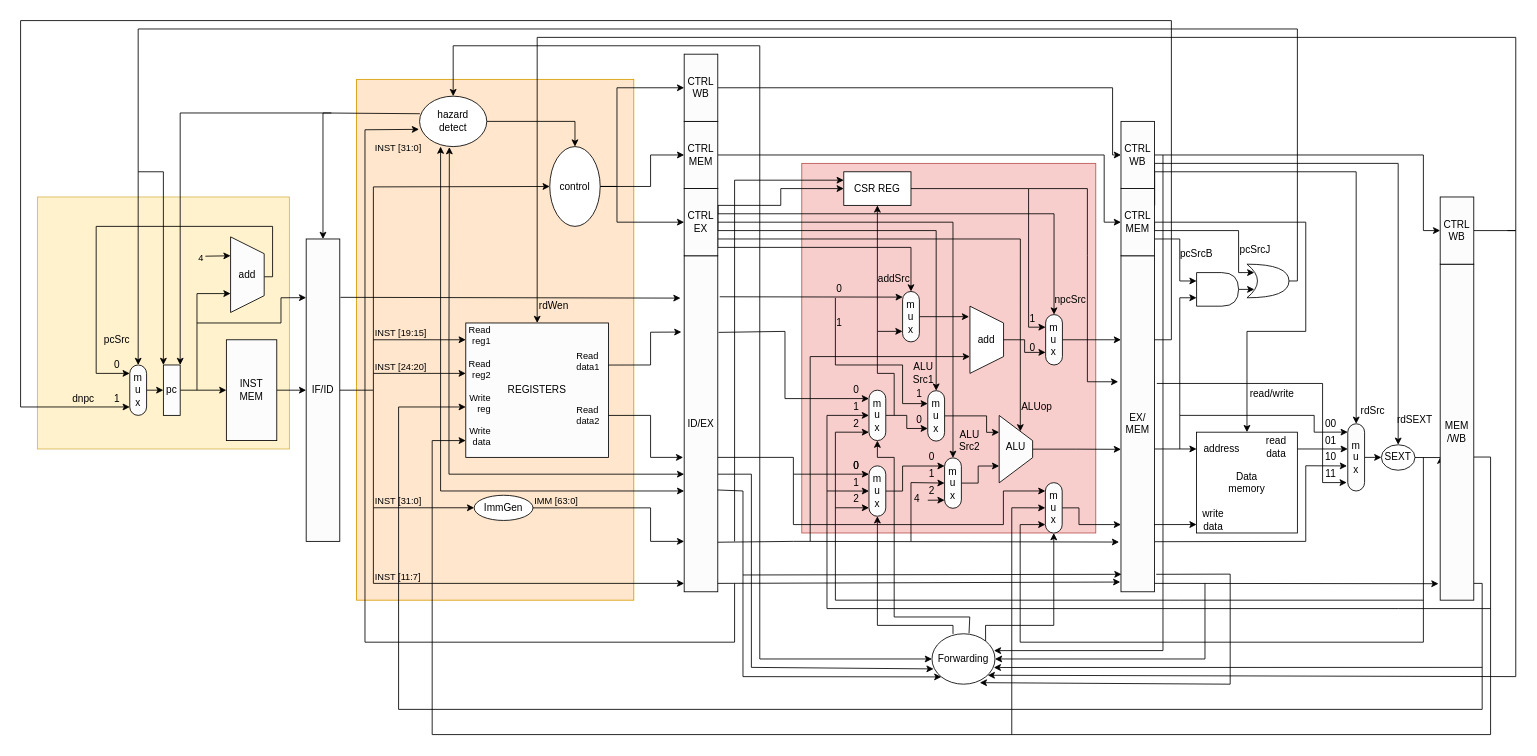
This is Untitled Diagram.drawio from francisyuu/drawtest, a draw.io file, before an edit. Source tidied: cells renumbered, new cells numbered last; positions are measured from the earlier drawing's top-left corner, leaving out a move shared by most shapes. Both pictures are drawn from the tidied source at 84%, with x=0, y=0 at pixel (20, 20).
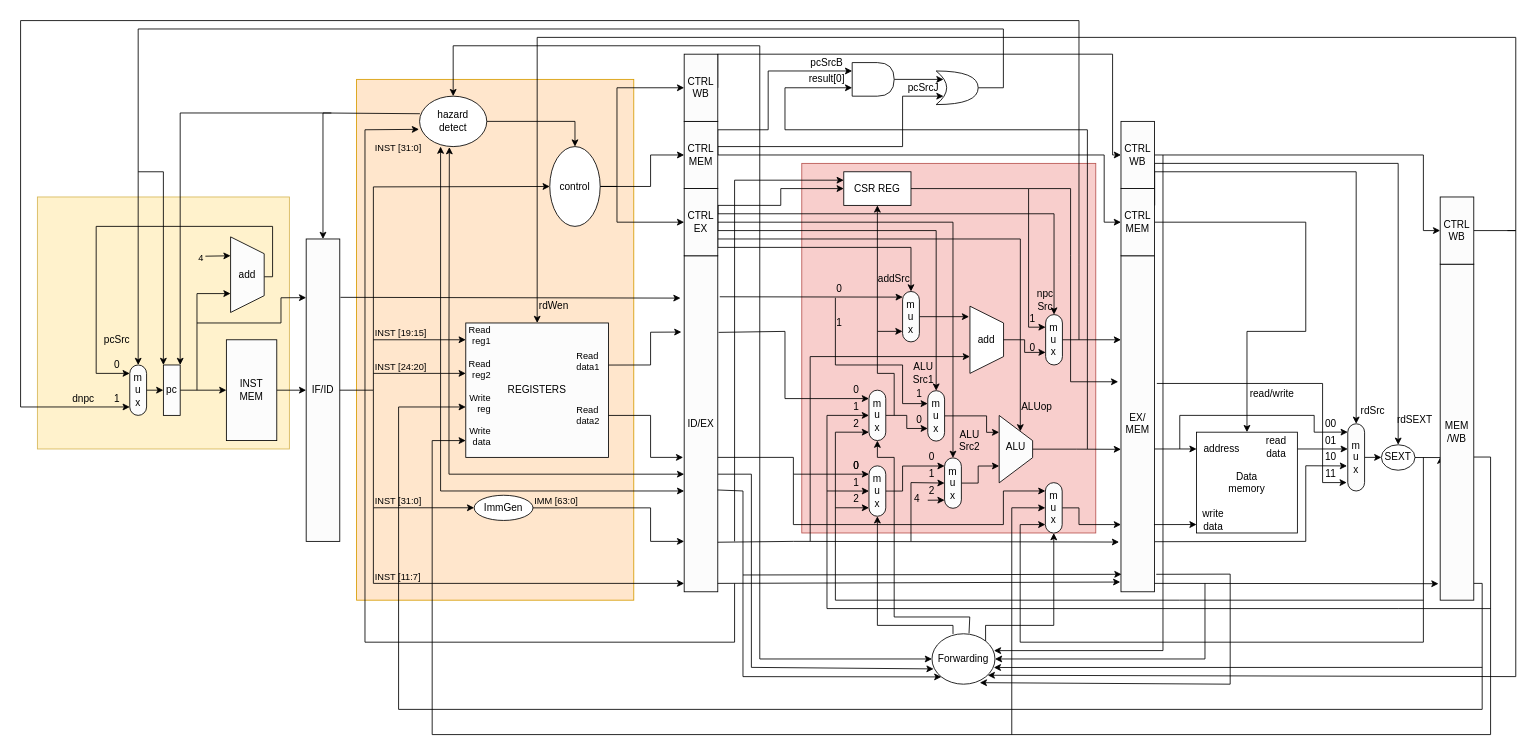
Above is the later version.

Commit message:
mv jump unit from mem to exu

The change refers to these unchanged cells:
```xml
<mxCell id="40" value="CTRL&lt;br&gt;MEM" style="rounded=0;whiteSpace=wrap;html=1;labelBackgroundColor=none;sketch=0;fontColor=default;fillColor=#FCFCFC;" parent="1" vertex="1">
  <mxGeometry x="790" y="120" width="40" height="80" as="geometry" />
</mxCell>
<mxCell id="42" value="CTRL&lt;br&gt;WB" style="rounded=0;whiteSpace=wrap;html=1;labelBackgroundColor=none;sketch=0;fontColor=default;fillColor=#FCFCFC;" parent="1" vertex="1">
  <mxGeometry x="790" y="40" width="40" height="80" as="geometry" />
</mxCell>
<mxCell id="63" value="EX/&lt;br&gt;MEM" style="rounded=0;whiteSpace=wrap;html=1;labelBackgroundColor=none;fontColor=default;fillColor=#FCFCFC;" parent="1" vertex="1">
  <mxGeometry x="1310" y="280" width="40" height="400" as="geometry" />
</mxCell>
<mxCell id="84" value="m&lt;br&gt;u&lt;br&gt;x" style="rounded=1;whiteSpace=wrap;html=1;labelBackgroundColor=none;fontColor=default;fillColor=#FCFCFC;arcSize=50;rotation=0;verticalAlign=middle;" parent="1" vertex="1">
  <mxGeometry x="130" y="410" width="20" height="60" as="geometry" />
</mxCell>
<mxCell id="90" value="CTRL&lt;br&gt;MEM" style="rounded=0;whiteSpace=wrap;html=1;labelBackgroundColor=none;sketch=0;fontColor=default;fillColor=#FCFCFC;" parent="1" vertex="1">
  <mxGeometry x="1310" y="200" width="40" height="80" as="geometry" />
</mxCell>
<mxCell id="92" value="CTRL&lt;br&gt;WB" style="rounded=0;whiteSpace=wrap;html=1;labelBackgroundColor=none;sketch=0;fontColor=default;fillColor=#FCFCFC;" parent="1" vertex="1">
  <mxGeometry x="1310" y="120" width="40" height="80" as="geometry" />
</mxCell>
```

What changed in the source:
```diff
@@
+    <mxCell id="199" style="edgeStyle=orthogonalEdgeStyle;rounded=0;jettySize=auto;html=1;exitX=1;exitY=0.5;exitDx=0;exitDy=0;entryX=0;entryY=0.25;entryDx=0;entryDy=0;strokeColor=#000000;" parent="1" edge="1" source="40" target="97">
+      <mxGeometry relative="1" as="geometry">
+        <Array as="points">
+          <mxPoint x="830" y="130" />
+          <mxPoint x="890" y="130" />
+          <mxPoint x="890" y="60" />
+        </Array>
+      </mxGeometry>
+    </mxCell>
+    <mxCell id="200" style="edgeStyle=orthogonalEdgeStyle;rounded=0;jettySize=auto;html=1;exitX=1;exitY=0.5;exitDx=0;exitDy=0;entryX=0.175;entryY=0.75;entryDx=0;entryDy=0;entryPerimeter=0;strokeColor=#000000;" parent="1" edge="1" source="40" target="126">
+      <mxGeometry relative="1" as="geometry">
+        <Array as="points">
+          <mxPoint x="830" y="150" />
+          <mxPoint x="1050" y="150" />
+          <mxPoint x="1050" y="90" />
+        </Array>
+      </mxGeometry>
+    </mxCell>
@@
     <mxCell id="41" style="edgeStyle=orthogonalEdgeStyle;rounded=0;jettySize=auto;html=1;exitX=1;exitY=0.5;exitDx=0;exitDy=0;entryX=0;entryY=0.5;entryDx=0;entryDy=0;" parent="1" edge="1" source="42" target="92">
       <mxGeometry relative="1" as="geometry">
         <Array as="points">
-          <mxPoint x="1300" y="80" />
+          <mxPoint x="830" y="40" />
+          <mxPoint x="1300" y="40" />
           <mxPoint x="1300" y="160" />
         </Array>
       </mxGeometry>
     </mxCell>
@@
     <mxCell id="83" style="endArrow=classic;html=1;rounded=0;entryX=0;entryY=0.833;entryDx=0;entryDy=0;entryPerimeter=0;" parent="1" edge="1" target="84">
       <mxGeometry relative="1" as="geometry">
-        <mxPoint x="1350" y="380" as="sourcePoint" />
+        <mxPoint x="1260" y="380" as="sourcePoint" />
         <Array as="points">
-          <mxPoint x="1370" y="380" />
-          <mxPoint x="1370" />
+          <mxPoint x="1260" y="290" />
+          <mxPoint x="1260" />
           <mxPoint />
           <mxPoint y="460" />
         </Array>
       </mxGeometry>
     </mxCell>
@@
-    <mxCell id="85" style="edgeStyle=orthogonalEdgeStyle;rounded=0;jettySize=auto;html=1;exitX=1;exitY=0.75;exitDx=0;exitDy=0;entryX=0;entryY=0.25;entryDx=0;entryDy=0;" parent="1" edge="1" source="90" target="97">
-      <mxGeometry relative="1" as="geometry">
-        <Array as="points">
-          <mxPoint x="1380" y="260" />
-          <mxPoint x="1380" y="310" />
-        </Array>
-      </mxGeometry>
-    </mxCell>
@@
-    <mxCell id="87" style="edgeStyle=orthogonalEdgeStyle;rounded=0;jettySize=auto;html=1;exitX=1;exitY=0.5;exitDx=0;exitDy=0;startArrow=none;startFill=0;entryX=0.175;entryY=0.25;entryDx=0;entryDy=0;entryPerimeter=0;" parent="1" edge="1" source="90" target="126">
-      <mxGeometry relative="1" as="geometry">
-        <Array as="points">
-          <mxPoint x="1350" y="250" />
-          <mxPoint x="1450" y="250" />
-          <mxPoint x="1450" y="300" />
-        </Array>
-      </mxGeometry>
-    </mxCell>
@@
     <mxCell id="94" style="endArrow=classic;html=1;rounded=0;entryX=0;entryY=0.75;entryDx=0;entryDy=0;" parent="1" edge="1" target="97">
       <mxGeometry relative="1" as="geometry">
-        <mxPoint x="1380" y="470" as="sourcePoint" />
+        <mxPoint x="1270" y="510" as="sourcePoint" />
         <Array as="points">
-          <mxPoint x="1380" y="330" />
+          <mxPoint x="1270" y="130" />
+          <mxPoint x="910" y="130" />
+          <mxPoint x="910" y="80" />
         </Array>
       </mxGeometry>
     </mxCell>
     <mxCell id="95" style="edgeStyle=orthogonalEdgeStyle;rounded=0;jettySize=auto;html=1;exitX=1;exitY=0.5;exitDx=0;exitDy=0;exitPerimeter=0;" parent="1" edge="1" source="126">
       <mxGeometry relative="1" as="geometry">
         <mxPoint x="140" y="410" as="targetPoint" />
         <Array as="points">
-          <mxPoint x="1520" y="310" />
-          <mxPoint x="1520" y="10" />
+          <mxPoint x="1170" y="80" />
+          <mxPoint x="1170" y="10" />
           <mxPoint x="140" y="10" />
-          <mxPoint x="140" y="410" />
         </Array>
       </mxGeometry>
     </mxCell>
-    <mxCell id="96" style="edgeStyle=orthogonalEdgeStyle;rounded=0;jettySize=auto;html=1;exitX=1;exitY=0.5;exitDx=0;exitDy=0;startArrow=none;startFill=0;entryX=0.175;entryY=0.75;entryDx=0;entryDy=0;entryPerimeter=0;" parent="1" edge="1" source="97" target="126">
-      <mxGeometry relative="1" as="geometry" />
+    <mxCell id="96" style="edgeStyle=orthogonalEdgeStyle;rounded=0;jettySize=auto;html=1;exitX=1;exitY=0.5;exitDx=0;exitDy=0;startArrow=none;startFill=0;entryX=0.175;entryY=0.25;entryDx=0;entryDy=0;entryPerimeter=0;" parent="1" edge="1" source="97" target="126">
+      <mxGeometry relative="1" as="geometry">
+        <Array as="points">
+          <mxPoint x="1099" y="70" />
+        </Array>
+      </mxGeometry>
     </mxCell>
     <mxCell id="97" style="shape=delay;whiteSpace=wrap;html=1;" parent="1" vertex="1">
-      <mxGeometry x="1400" y="300" width="50" height="40" as="geometry" />
+      <mxGeometry x="990" y="50" width="50" height="40" as="geometry" />
     </mxCell>
@@
     <mxCell id="126" style="shape=xor;whiteSpace=wrap;html=1;" parent="1" vertex="1">
-      <mxGeometry x="1460" y="290" width="50" height="40" as="geometry" />
+      <mxGeometry x="1090" y="60" width="50" height="40" as="geometry" />
     </mxCell>
     <mxCell id="127" value="pcSrcJ" style="text;strokeColor=none;align=center;fillColor=none;html=1;verticalAlign=middle;whiteSpace=wrap;rounded=0;" parent="1" vertex="1">
-      <mxGeometry x="1440" y="257.5" width="60" height="30" as="geometry" />
+      <mxGeometry x="1045" y="65" width="60" height="30" as="geometry" />
     </mxCell>
     <mxCell id="128" value="pcSrcB" style="text;strokeColor=none;align=center;fillColor=none;html=1;verticalAlign=middle;whiteSpace=wrap;rounded=0;" parent="1" vertex="1">
-      <mxGeometry x="1370" y="262.5" width="60" height="30" as="geometry" />
+      <mxGeometry x="930" y="35" width="60" height="30" as="geometry" />
     </mxCell>
@@
-    <mxCell id="144" value="npcSrc" style="text;strokeColor=none;align=center;fillColor=none;html=1;verticalAlign=middle;whiteSpace=wrap;rounded=0;" parent="1" vertex="1">
-      <mxGeometry x="1220.3" y="317.5" width="60" height="30" as="geometry" />
+    <mxCell id="144" value="npc&lt;br&gt;Src" style="text;strokeColor=none;align=center;fillColor=none;html=1;verticalAlign=middle;whiteSpace=wrap;rounded=0;" parent="1" vertex="1">
+      <mxGeometry x="1190.3" y="317.5" width="60" height="30" as="geometry" />
     </mxCell>
@@
     <mxCell id="195" style="endArrow=classic;html=1;rounded=0;entryX=-0.083;entryY=0.375;entryDx=0;entryDy=0;entryPerimeter=0;" parent="1" edge="1" target="63">
       <mxGeometry relative="1" as="geometry">
         <mxPoint x="1200" y="200" as="sourcePoint" />
         <Array as="points">
-          <mxPoint x="1270" y="200" />
-          <mxPoint x="1270" y="280" />
-          <mxPoint x="1270" y="430" />
+          <mxPoint x="1250" y="200" />
+          <mxPoint x="1250" y="280" />
+          <mxPoint x="1250" y="430" />
         </Array>
       </mxGeometry>
     </mxCell>
@@
+    <mxCell id="201" value="result[0]" style="text;strokeColor=none;align=center;fillColor=none;html=1;verticalAlign=middle;whiteSpace=wrap;rounded=0;" parent="1" vertex="1">
+      <mxGeometry x="930" y="55" width="60" height="30" as="geometry" />
+    </mxCell>
```
